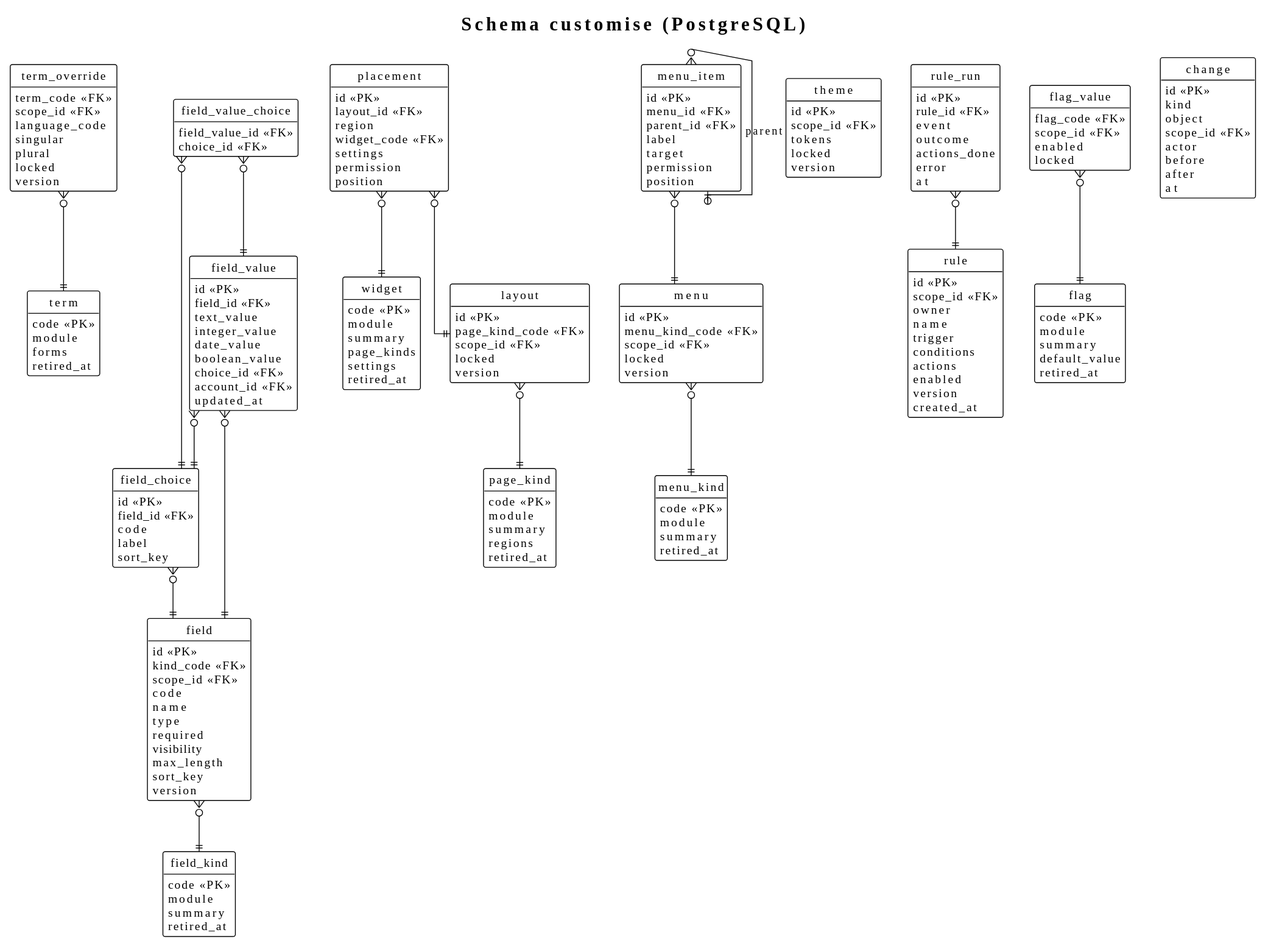
The PlantUML diagram docs/03-design/data-model/customise.svg in didactika/kampus, before a commit.
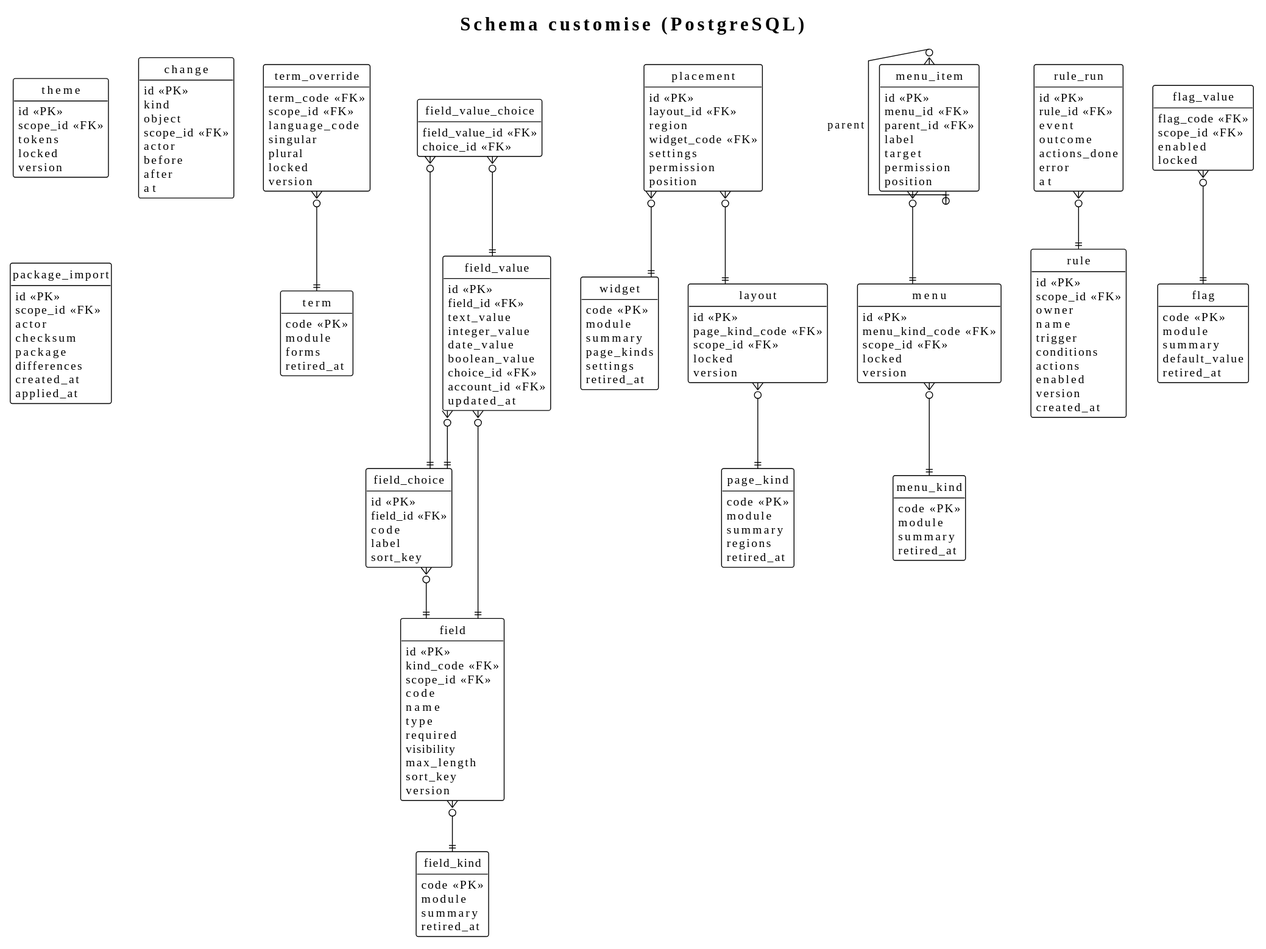
After the change.

Diff of the diagram source:
```diff
@@ -165,6 +165,16 @@
   after
   at
 }
+entity package_import {
+  id <<PK>>
+  scope_id <<FK>>
+  actor
+  checksum
+  package
+  differences
+  created_at
+  applied_at
+}
 
 term_override }o--|| term
 field }o--|| field_kind
```
